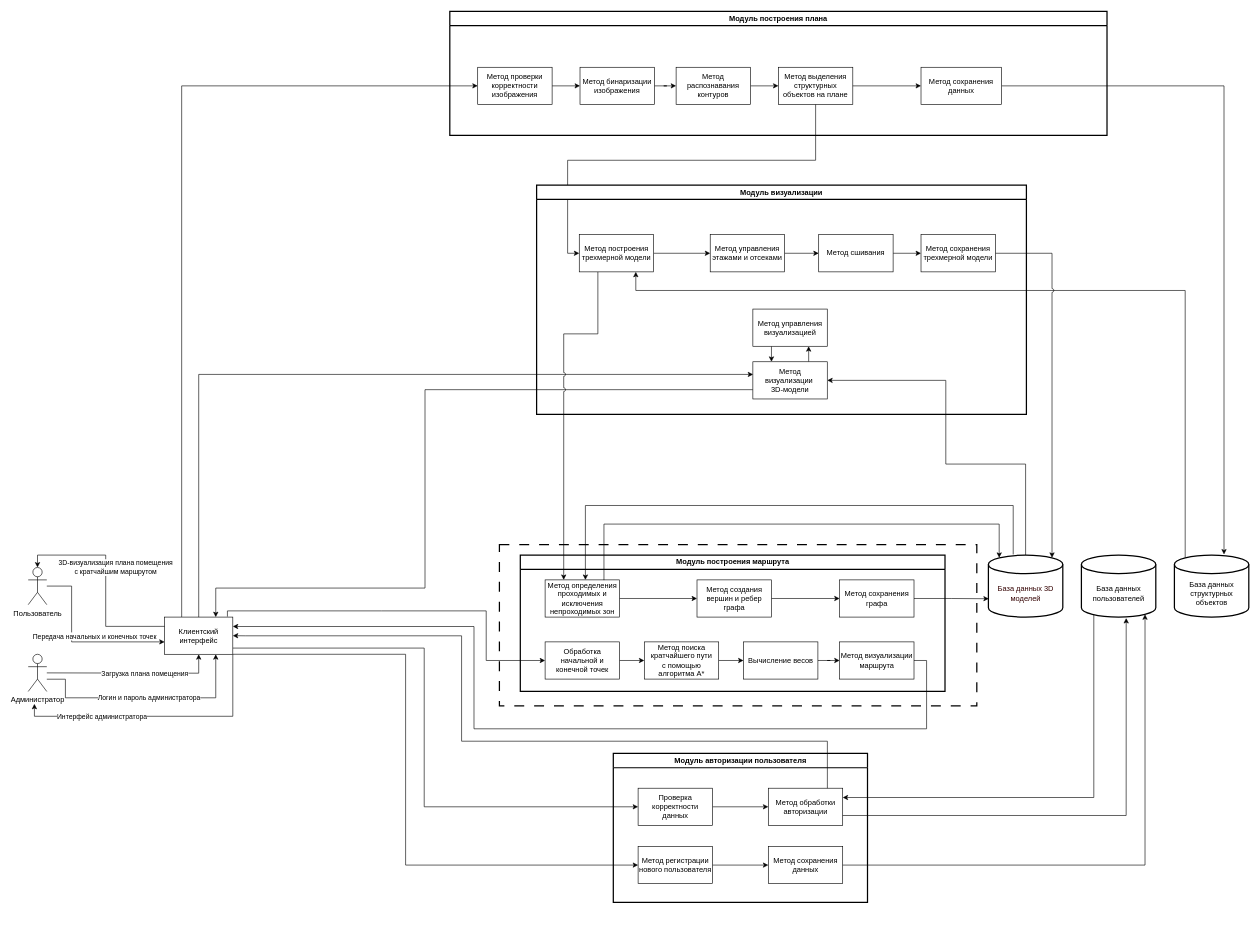
Before: ACD.drawio in kapec2303/Diplom_pictures, a draw.io diagram. Source tidied: cells renumbered, new cells numbered last; positions are measured from the earlier drawing's top-left corner, leaving out a move shared by most shapes. Both pictures are drawn from the tidied source at 62%, with x=0, y=0 at pixel (28, 11).
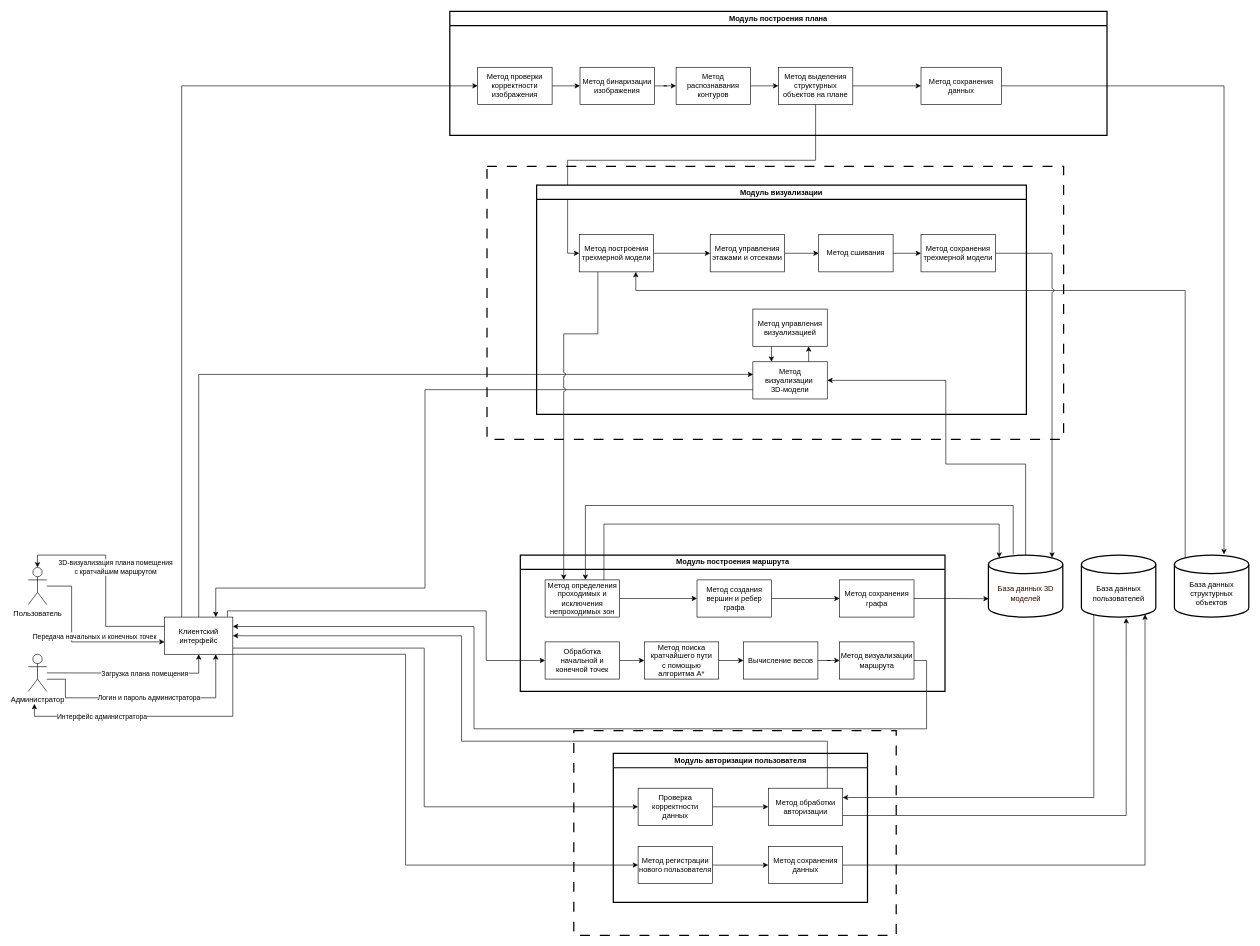
Above is the later version.

Diff of the diagram source:
```diff
@@
     <mxCell id="80" style="rounded=0;whiteSpace=wrap;html=1;fillColor=none;strokeWidth=2;strokeColor=light-dark(#000000,#FF0000);dashed=1;dashPattern=8 8;" parent="1" vertex="1">
-      <mxGeometry x="760" y="860" width="770" height="260" as="geometry" />
+      <mxGeometry x="740" y="250" width="930" height="440" as="geometry" />
     </mxCell>
+    <mxCell id="81" style="rounded=0;whiteSpace=wrap;html=1;fillColor=none;strokeWidth=2;strokeColor=light-dark(#000000,#FF0000);dashed=1;dashPattern=8 8;" parent="1" vertex="1">
+      <mxGeometry x="880" y="1160" width="520" height="330" as="geometry" />
+    </mxCell>
```
